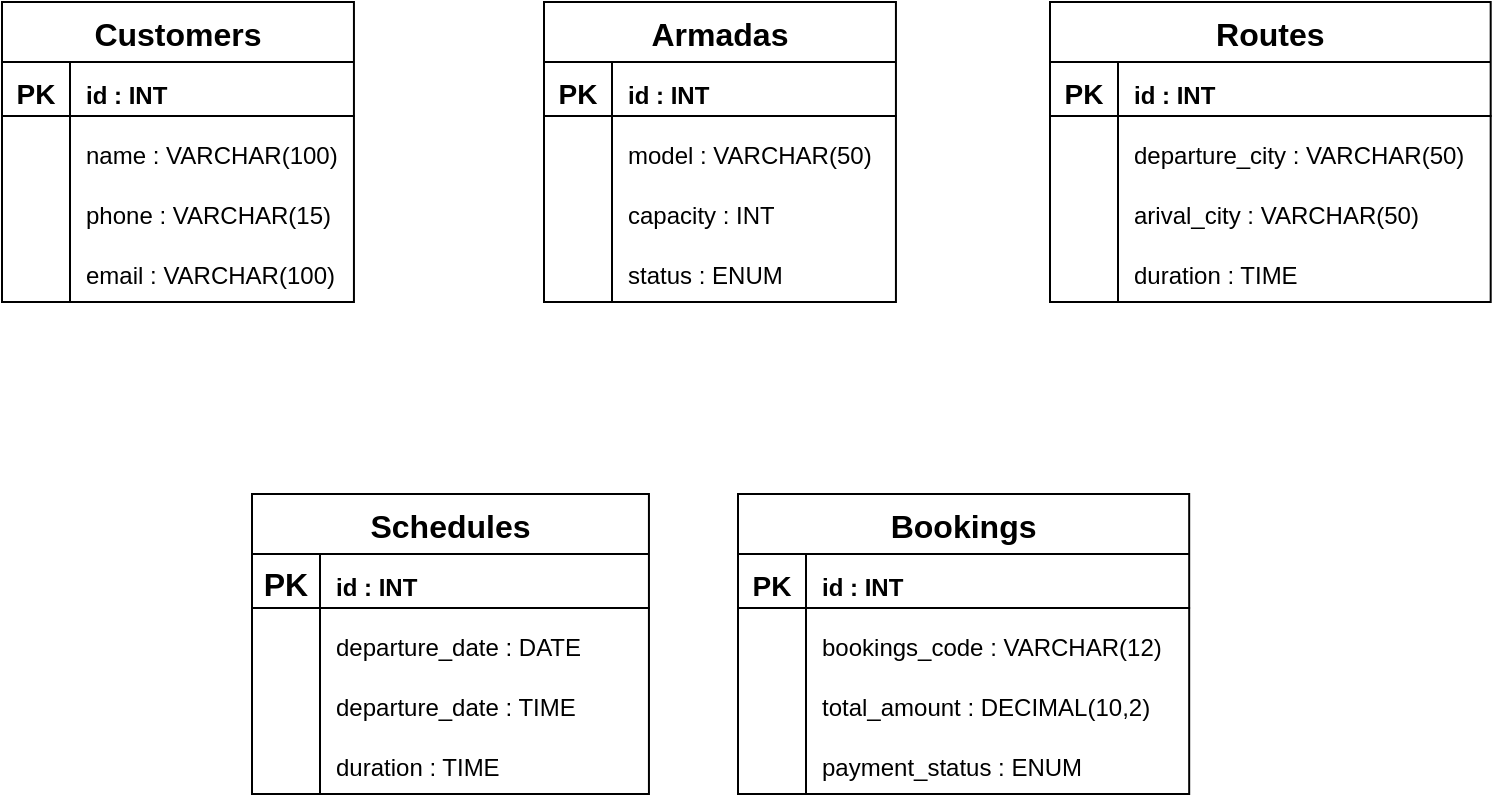
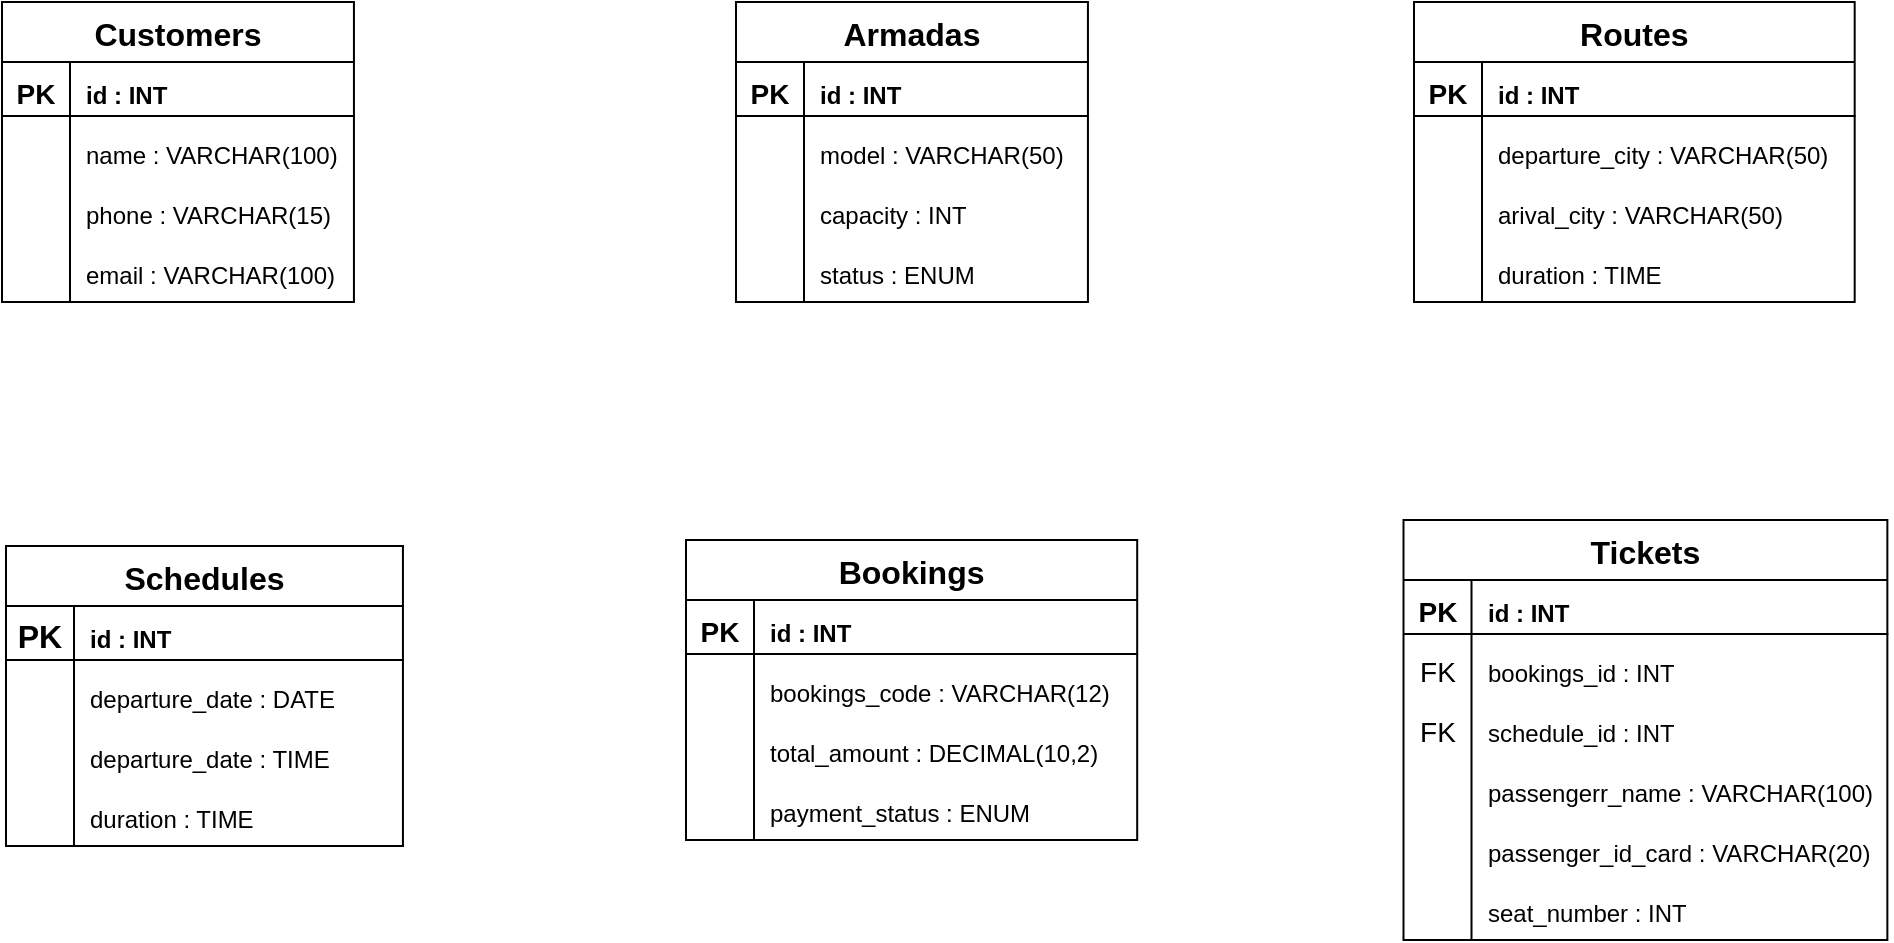
<mxfile host="Electron">
  <diagram name="Page-1" id="kJ8Mc6y_ZzB0DB1dgNBE">
-     <mxGraphModel dx="1747" dy="1031" grid="0" gridSize="10" guides="1" tooltips="1" connect="1" arrows="1" fold="1" page="1" pageScale="1" pageWidth="1169" pageHeight="827" background="#ffffff" math="0" shadow="0">
+     <mxGraphModel dx="582" dy="344" grid="0" gridSize="10" guides="1" tooltips="1" connect="1" arrows="1" fold="1" page="1" pageScale="1" pageWidth="1169" pageHeight="827" background="#ffffff" math="0" shadow="0">
      <root>
        <mxCell id="0" />
        <mxCell id="1" parent="0" />
        <mxCell id="spA_d-TOyame6YQLWrdW-179" parent="1" style="shape=table;startSize=30;container=1;collapsible=0;childLayout=tableLayout;fixedRows=1;rowLines=0;fontStyle=1;strokeColor=#000000;fontSize=16;fontColor=#000000;fillColor=#FFFFFF;" value="Customers" vertex="1">
-           <mxGeometry height="150" width="175.9722609747027" x="239" y="208" as="geometry" />
+           <mxGeometry height="150" width="175.9722609747027" x="130" y="88" as="geometry" />
        </mxCell>
        <mxCell id="spA_d-TOyame6YQLWrdW-180" parent="spA_d-TOyame6YQLWrdW-179" style="shape=tableRow;horizontal=0;startSize=0;swimlaneHead=0;swimlaneBody=0;top=0;left=0;bottom=0;right=0;collapsible=0;dropTarget=0;fillColor=none;points=[[0,0.5],[1,0.5]];portConstraint=eastwest;strokeColor=inherit;fontSize=16;" value="" vertex="1">
          <mxGeometry height="30" width="175.9722609747027" y="30" as="geometry" />
        </mxCell>
        <mxCell id="spA_d-TOyame6YQLWrdW-181" parent="spA_d-TOyame6YQLWrdW-180" style="shape=partialRectangle;html=1;whiteSpace=wrap;connectable=0;fillColor=none;top=0;left=0;bottom=0;right=0;overflow=hidden;pointerEvents=1;strokeColor=#000000;fontSize=16;fontColor=#000000;" value="&lt;b&gt;&lt;font style=&quot;font-size: 14px;&quot;&gt;PK&lt;/font&gt;&lt;/b&gt;" vertex="1">
          <mxGeometry height="30" width="34" as="geometry">
            <mxRectangle height="30" width="34" as="alternateBounds" />
          </mxGeometry>
        </mxCell>
        <mxCell id="spA_d-TOyame6YQLWrdW-182" parent="spA_d-TOyame6YQLWrdW-180" style="shape=partialRectangle;html=1;whiteSpace=wrap;connectable=0;fillColor=none;top=0;left=0;bottom=0;right=0;align=left;spacingLeft=6;overflow=hidden;strokeColor=#000000;fontSize=16;fontColor=#000000;" value="&lt;font style=&quot;font-size: 12px;&quot;&gt;&lt;b&gt;id : INT&lt;/b&gt;&lt;/font&gt;" vertex="1">
          <mxGeometry height="30" width="142" x="34" as="geometry">
            <mxRectangle height="30" width="142" as="alternateBounds" />
          </mxGeometry>
        </mxCell>
        <mxCell id="spA_d-TOyame6YQLWrdW-183" parent="spA_d-TOyame6YQLWrdW-179" style="shape=tableRow;horizontal=0;startSize=0;swimlaneHead=0;swimlaneBody=0;top=0;left=0;bottom=0;right=0;collapsible=0;dropTarget=0;fillColor=none;points=[[0,0.5],[1,0.5]];portConstraint=eastwest;strokeColor=inherit;fontSize=16;" value="" vertex="1">
          <mxGeometry height="30" width="175.9722609747027" y="60" as="geometry" />
        </mxCell>
        <mxCell id="spA_d-TOyame6YQLWrdW-184" parent="spA_d-TOyame6YQLWrdW-183" style="shape=partialRectangle;html=1;whiteSpace=wrap;connectable=0;fillColor=none;top=0;left=0;bottom=0;right=0;overflow=hidden;strokeColor=inherit;fontSize=16;fontColor=#000000;" value="" vertex="1">
          <mxGeometry height="30" width="34" as="geometry">
            <mxRectangle height="30" width="34" as="alternateBounds" />
          </mxGeometry>
        </mxCell>
        <mxCell id="spA_d-TOyame6YQLWrdW-185" parent="spA_d-TOyame6YQLWrdW-183" style="shape=partialRectangle;html=1;whiteSpace=wrap;connectable=0;fillColor=none;top=0;left=0;bottom=0;right=0;align=left;spacingLeft=6;overflow=hidden;strokeColor=inherit;fontSize=16;fontColor=#000000;" value="&lt;span style=&quot;color: rgb(0, 0, 0); font-size: 12px;&quot;&gt;name :&amp;nbsp;&lt;/span&gt;&lt;span style=&quot;color: rgb(0, 0, 0); font-size: 12px; text-align: center;&quot;&gt;VARCHAR(100)&lt;/span&gt;" vertex="1">
          <mxGeometry height="30" width="142" x="34" as="geometry">
            <mxRectangle height="30" width="142" as="alternateBounds" />
          </mxGeometry>
        </mxCell>
        <mxCell id="spA_d-TOyame6YQLWrdW-186" parent="spA_d-TOyame6YQLWrdW-179" style="shape=tableRow;horizontal=0;startSize=0;swimlaneHead=0;swimlaneBody=0;top=0;left=0;bottom=0;right=0;collapsible=0;dropTarget=0;fillColor=none;points=[[0,0.5],[1,0.5]];portConstraint=eastwest;strokeColor=inherit;fontSize=16;" value="" vertex="1">
          <mxGeometry height="30" width="175.9722609747027" y="90" as="geometry" />
        </mxCell>
        <mxCell id="spA_d-TOyame6YQLWrdW-187" parent="spA_d-TOyame6YQLWrdW-186" style="shape=partialRectangle;html=1;whiteSpace=wrap;connectable=0;fillColor=none;top=0;left=0;bottom=0;right=0;overflow=hidden;strokeColor=inherit;fontSize=16;fontColor=#000000;" value="" vertex="1">
          <mxGeometry height="30" width="34" as="geometry">
            <mxRectangle height="30" width="34" as="alternateBounds" />
          </mxGeometry>
        </mxCell>
        <mxCell id="spA_d-TOyame6YQLWrdW-188" parent="spA_d-TOyame6YQLWrdW-186" style="shape=partialRectangle;html=1;whiteSpace=wrap;connectable=0;fillColor=none;top=0;left=0;bottom=0;right=0;align=left;spacingLeft=6;overflow=hidden;strokeColor=inherit;fontSize=16;fontColor=#000000;" value="&lt;span style=&quot;color: rgb(0, 0, 0); font-size: 12px;&quot;&gt;phone :&amp;nbsp;&lt;/span&gt;&lt;span style=&quot;color: rgb(0, 0, 0); font-size: 12px; text-align: center;&quot;&gt;VARCHAR(15)&lt;/span&gt;" vertex="1">
          <mxGeometry height="30" width="142" x="34" as="geometry">
            <mxRectangle height="30" width="142" as="alternateBounds" />
          </mxGeometry>
        </mxCell>
        <mxCell id="Xo8xpW6T9qOqPY2RvKqo-4" parent="spA_d-TOyame6YQLWrdW-179" style="shape=tableRow;horizontal=0;startSize=0;swimlaneHead=0;swimlaneBody=0;top=0;left=0;bottom=0;right=0;collapsible=0;dropTarget=0;fillColor=none;points=[[0,0.5],[1,0.5]];portConstraint=eastwest;strokeColor=inherit;fontSize=16;" value="" vertex="1">
          <mxGeometry height="30" width="175.9722609747027" y="120" as="geometry" />
        </mxCell>
        <mxCell id="Xo8xpW6T9qOqPY2RvKqo-5" parent="Xo8xpW6T9qOqPY2RvKqo-4" style="shape=partialRectangle;html=1;whiteSpace=wrap;connectable=0;fillColor=none;top=0;left=0;bottom=0;right=0;overflow=hidden;strokeColor=inherit;fontSize=16;fontColor=#000000;" value="" vertex="1">
          <mxGeometry height="30" width="34" as="geometry">
            <mxRectangle height="30" width="34" as="alternateBounds" />
          </mxGeometry>
        </mxCell>
        <mxCell id="Xo8xpW6T9qOqPY2RvKqo-6" parent="Xo8xpW6T9qOqPY2RvKqo-4" style="shape=partialRectangle;html=1;whiteSpace=wrap;connectable=0;fillColor=none;top=0;left=0;bottom=0;right=0;align=left;spacingLeft=6;overflow=hidden;strokeColor=inherit;fontSize=16;fontColor=#000000;" value="&lt;span style=&quot;color: rgb(0, 0, 0); font-size: 12px;&quot;&gt;email :&amp;nbsp;&lt;/span&gt;&lt;span style=&quot;color: rgb(0, 0, 0); font-size: 12px; text-align: center;&quot;&gt;VARCHAR(100)&lt;/span&gt;" vertex="1">
          <mxGeometry height="30" width="142" x="34" as="geometry">
            <mxRectangle height="30" width="142" as="alternateBounds" />
          </mxGeometry>
        </mxCell>
        <mxCell id="Xo8xpW6T9qOqPY2RvKqo-3" edge="1" parent="spA_d-TOyame6YQLWrdW-179" source="spA_d-TOyame6YQLWrdW-180" style="endArrow=none;html=1;rounded=0;strokeColor=#000000;entryX=1.002;entryY=0.898;entryDx=0;entryDy=0;entryPerimeter=0;exitX=0;exitY=0.9;exitDx=0;exitDy=0;exitPerimeter=0;" target="spA_d-TOyame6YQLWrdW-180" value="">
          <mxGeometry height="50" relative="1" width="50" as="geometry">
            <mxPoint x="72" y="102" as="sourcePoint" />
            <mxPoint x="122" y="52" as="targetPoint" />
          </mxGeometry>
        </mxCell>
        <mxCell id="Xo8xpW6T9qOqPY2RvKqo-7" parent="1" style="shape=table;startSize=30;container=1;collapsible=0;childLayout=tableLayout;fixedRows=1;rowLines=0;fontStyle=1;strokeColor=#000000;fontSize=16;fontColor=#000000;fillColor=#FFFFFF;" value="Armadas" vertex="1">
-           <mxGeometry height="150" width="175.9722609747027" x="510" y="208" as="geometry" />
+           <mxGeometry height="150" width="175.9722609747027" x="497" y="88" as="geometry" />
        </mxCell>
        <mxCell id="Xo8xpW6T9qOqPY2RvKqo-8" parent="Xo8xpW6T9qOqPY2RvKqo-7" style="shape=tableRow;horizontal=0;startSize=0;swimlaneHead=0;swimlaneBody=0;top=0;left=0;bottom=0;right=0;collapsible=0;dropTarget=0;fillColor=none;points=[[0,0.5],[1,0.5]];portConstraint=eastwest;strokeColor=inherit;fontSize=16;" value="" vertex="1">
          <mxGeometry height="30" width="175.9722609747027" y="30" as="geometry" />
        </mxCell>
        <mxCell id="Xo8xpW6T9qOqPY2RvKqo-9" parent="Xo8xpW6T9qOqPY2RvKqo-8" style="shape=partialRectangle;html=1;whiteSpace=wrap;connectable=0;fillColor=none;top=0;left=0;bottom=0;right=0;overflow=hidden;pointerEvents=1;strokeColor=#000000;fontSize=16;fontColor=#000000;" value="&lt;b&gt;&lt;font style=&quot;font-size: 14px;&quot;&gt;PK&lt;/font&gt;&lt;/b&gt;" vertex="1">
          <mxGeometry height="30" width="34" as="geometry">
            <mxRectangle height="30" width="34" as="alternateBounds" />
          </mxGeometry>
        </mxCell>
        <mxCell id="Xo8xpW6T9qOqPY2RvKqo-10" parent="Xo8xpW6T9qOqPY2RvKqo-8" style="shape=partialRectangle;html=1;whiteSpace=wrap;connectable=0;fillColor=none;top=0;left=0;bottom=0;right=0;align=left;spacingLeft=6;overflow=hidden;strokeColor=#000000;fontSize=16;fontColor=#000000;" value="&lt;font style=&quot;font-size: 12px;&quot;&gt;&lt;b&gt;id : INT&lt;/b&gt;&lt;/font&gt;" vertex="1">
          <mxGeometry height="30" width="142" x="34" as="geometry">
            <mxRectangle height="30" width="142" as="alternateBounds" />
          </mxGeometry>
        </mxCell>
        <mxCell id="Xo8xpW6T9qOqPY2RvKqo-11" parent="Xo8xpW6T9qOqPY2RvKqo-7" style="shape=tableRow;horizontal=0;startSize=0;swimlaneHead=0;swimlaneBody=0;top=0;left=0;bottom=0;right=0;collapsible=0;dropTarget=0;fillColor=none;points=[[0,0.5],[1,0.5]];portConstraint=eastwest;strokeColor=inherit;fontSize=16;" value="" vertex="1">
          <mxGeometry height="30" width="175.9722609747027" y="60" as="geometry" />
        </mxCell>
        <mxCell id="Xo8xpW6T9qOqPY2RvKqo-12" parent="Xo8xpW6T9qOqPY2RvKqo-11" style="shape=partialRectangle;html=1;whiteSpace=wrap;connectable=0;fillColor=none;top=0;left=0;bottom=0;right=0;overflow=hidden;strokeColor=inherit;fontSize=16;fontColor=#000000;" value="" vertex="1">
          <mxGeometry height="30" width="34" as="geometry">
            <mxRectangle height="30" width="34" as="alternateBounds" />
          </mxGeometry>
        </mxCell>
        <mxCell id="Xo8xpW6T9qOqPY2RvKqo-13" parent="Xo8xpW6T9qOqPY2RvKqo-11" style="shape=partialRectangle;html=1;whiteSpace=wrap;connectable=0;fillColor=none;top=0;left=0;bottom=0;right=0;align=left;spacingLeft=6;overflow=hidden;strokeColor=inherit;fontSize=16;fontColor=#000000;" value="&lt;font color=&quot;#000000&quot;&gt;&lt;span style=&quot;font-size: 12px;&quot;&gt;model : VARCHAR(50)&lt;/span&gt;&lt;/font&gt;" vertex="1">
          <mxGeometry height="30" width="142" x="34" as="geometry">
            <mxRectangle height="30" width="142" as="alternateBounds" />
          </mxGeometry>
        </mxCell>
        <mxCell id="Xo8xpW6T9qOqPY2RvKqo-14" parent="Xo8xpW6T9qOqPY2RvKqo-7" style="shape=tableRow;horizontal=0;startSize=0;swimlaneHead=0;swimlaneBody=0;top=0;left=0;bottom=0;right=0;collapsible=0;dropTarget=0;fillColor=none;points=[[0,0.5],[1,0.5]];portConstraint=eastwest;strokeColor=inherit;fontSize=16;" value="" vertex="1">
          <mxGeometry height="30" width="175.9722609747027" y="90" as="geometry" />
        </mxCell>
        <mxCell id="Xo8xpW6T9qOqPY2RvKqo-15" parent="Xo8xpW6T9qOqPY2RvKqo-14" style="shape=partialRectangle;html=1;whiteSpace=wrap;connectable=0;fillColor=none;top=0;left=0;bottom=0;right=0;overflow=hidden;strokeColor=inherit;fontSize=16;fontColor=#000000;" value="" vertex="1">
          <mxGeometry height="30" width="34" as="geometry">
            <mxRectangle height="30" width="34" as="alternateBounds" />
          </mxGeometry>
        </mxCell>
        <mxCell id="Xo8xpW6T9qOqPY2RvKqo-16" parent="Xo8xpW6T9qOqPY2RvKqo-14" style="shape=partialRectangle;html=1;whiteSpace=wrap;connectable=0;fillColor=none;top=0;left=0;bottom=0;right=0;align=left;spacingLeft=6;overflow=hidden;strokeColor=inherit;fontSize=16;fontColor=#000000;" value="&lt;div style=&quot;text-align: center;&quot;&gt;&lt;span style=&quot;color: rgb(0, 0, 0); font-size: 12px; background-color: transparent;&quot;&gt;capacity : INT&lt;/span&gt;&lt;/div&gt;" vertex="1">
          <mxGeometry height="30" width="142" x="34" as="geometry">
            <mxRectangle height="30" width="142" as="alternateBounds" />
          </mxGeometry>
        </mxCell>
        <mxCell id="Xo8xpW6T9qOqPY2RvKqo-17" parent="Xo8xpW6T9qOqPY2RvKqo-7" style="shape=tableRow;horizontal=0;startSize=0;swimlaneHead=0;swimlaneBody=0;top=0;left=0;bottom=0;right=0;collapsible=0;dropTarget=0;fillColor=none;points=[[0,0.5],[1,0.5]];portConstraint=eastwest;strokeColor=inherit;fontSize=16;" value="" vertex="1">
          <mxGeometry height="30" width="175.9722609747027" y="120" as="geometry" />
        </mxCell>
        <mxCell id="Xo8xpW6T9qOqPY2RvKqo-18" parent="Xo8xpW6T9qOqPY2RvKqo-17" style="shape=partialRectangle;html=1;whiteSpace=wrap;connectable=0;fillColor=none;top=0;left=0;bottom=0;right=0;overflow=hidden;strokeColor=inherit;fontSize=16;fontColor=#000000;" value="" vertex="1">
          <mxGeometry height="30" width="34" as="geometry">
            <mxRectangle height="30" width="34" as="alternateBounds" />
          </mxGeometry>
        </mxCell>
        <mxCell id="Xo8xpW6T9qOqPY2RvKqo-19" parent="Xo8xpW6T9qOqPY2RvKqo-17" style="shape=partialRectangle;html=1;whiteSpace=wrap;connectable=0;fillColor=none;top=0;left=0;bottom=0;right=0;align=left;spacingLeft=6;overflow=hidden;strokeColor=inherit;fontSize=16;fontColor=#000000;" value="&lt;span style=&quot;color: rgb(0, 0, 0); font-size: 12px;&quot;&gt;status :&amp;nbsp;&lt;/span&gt;&lt;span style=&quot;color: rgb(0, 0, 0); font-size: 12px; text-align: center;&quot;&gt;ENUM&lt;/span&gt;" vertex="1">
          <mxGeometry height="30" width="142" x="34" as="geometry">
            <mxRectangle height="30" width="142" as="alternateBounds" />
          </mxGeometry>
        </mxCell>
        <mxCell id="Xo8xpW6T9qOqPY2RvKqo-20" edge="1" parent="Xo8xpW6T9qOqPY2RvKqo-7" source="Xo8xpW6T9qOqPY2RvKqo-8" style="endArrow=none;html=1;rounded=0;strokeColor=#000000;entryX=1.002;entryY=0.898;entryDx=0;entryDy=0;entryPerimeter=0;exitX=0;exitY=0.9;exitDx=0;exitDy=0;exitPerimeter=0;" target="Xo8xpW6T9qOqPY2RvKqo-8" value="">
          <mxGeometry height="50" relative="1" width="50" as="geometry">
            <mxPoint x="72" y="102" as="sourcePoint" />
            <mxPoint x="122" y="52" as="targetPoint" />
          </mxGeometry>
        </mxCell>
        <mxCell id="Xo8xpW6T9qOqPY2RvKqo-21" parent="1" style="shape=table;startSize=30;container=1;collapsible=0;childLayout=tableLayout;fixedRows=1;rowLines=0;fontStyle=1;strokeColor=#000000;fontSize=16;fontColor=#000000;fillColor=#FFFFFF;" value="Routes" vertex="1">
-           <mxGeometry height="150" width="220.34746442522356" x="763" y="208" as="geometry" />
+           <mxGeometry height="150" width="220.34746442522356" x="836" y="88" as="geometry" />
        </mxCell>
        <mxCell id="Xo8xpW6T9qOqPY2RvKqo-22" parent="Xo8xpW6T9qOqPY2RvKqo-21" style="shape=tableRow;horizontal=0;startSize=0;swimlaneHead=0;swimlaneBody=0;top=0;left=0;bottom=0;right=0;collapsible=0;dropTarget=0;fillColor=none;points=[[0,0.5],[1,0.5]];portConstraint=eastwest;strokeColor=inherit;fontSize=16;" value="" vertex="1">
          <mxGeometry height="30" width="220.34746442522356" y="30" as="geometry" />
        </mxCell>
        <mxCell id="Xo8xpW6T9qOqPY2RvKqo-23" parent="Xo8xpW6T9qOqPY2RvKqo-22" style="shape=partialRectangle;html=1;whiteSpace=wrap;connectable=0;fillColor=none;top=0;left=0;bottom=0;right=0;overflow=hidden;pointerEvents=1;strokeColor=#000000;fontSize=16;fontColor=#000000;" value="&lt;b&gt;&lt;font style=&quot;font-size: 14px;&quot;&gt;PK&lt;/font&gt;&lt;/b&gt;" vertex="1">
          <mxGeometry height="30" width="34" as="geometry">
            <mxRectangle height="30" width="34" as="alternateBounds" />
          </mxGeometry>
        </mxCell>
        <mxCell id="Xo8xpW6T9qOqPY2RvKqo-24" parent="Xo8xpW6T9qOqPY2RvKqo-22" style="shape=partialRectangle;html=1;whiteSpace=wrap;connectable=0;fillColor=none;top=0;left=0;bottom=0;right=0;align=left;spacingLeft=6;overflow=hidden;strokeColor=#000000;fontSize=16;fontColor=#000000;" value="&lt;font style=&quot;font-size: 12px;&quot;&gt;&lt;b&gt;id : INT&lt;/b&gt;&lt;/font&gt;" vertex="1">
          <mxGeometry height="30" width="186" x="34" as="geometry">
            <mxRectangle height="30" width="186" as="alternateBounds" />
          </mxGeometry>
        </mxCell>
        <mxCell id="Xo8xpW6T9qOqPY2RvKqo-25" parent="Xo8xpW6T9qOqPY2RvKqo-21" style="shape=tableRow;horizontal=0;startSize=0;swimlaneHead=0;swimlaneBody=0;top=0;left=0;bottom=0;right=0;collapsible=0;dropTarget=0;fillColor=none;points=[[0,0.5],[1,0.5]];portConstraint=eastwest;strokeColor=inherit;fontSize=16;" value="" vertex="1">
          <mxGeometry height="30" width="220.34746442522356" y="60" as="geometry" />
        </mxCell>
        <mxCell id="Xo8xpW6T9qOqPY2RvKqo-26" parent="Xo8xpW6T9qOqPY2RvKqo-25" style="shape=partialRectangle;html=1;whiteSpace=wrap;connectable=0;fillColor=none;top=0;left=0;bottom=0;right=0;overflow=hidden;strokeColor=inherit;fontSize=16;fontColor=#000000;" value="" vertex="1">
          <mxGeometry height="30" width="34" as="geometry">
            <mxRectangle height="30" width="34" as="alternateBounds" />
          </mxGeometry>
        </mxCell>
        <mxCell id="Xo8xpW6T9qOqPY2RvKqo-27" parent="Xo8xpW6T9qOqPY2RvKqo-25" style="shape=partialRectangle;html=1;whiteSpace=wrap;connectable=0;fillColor=none;top=0;left=0;bottom=0;right=0;align=left;spacingLeft=6;overflow=hidden;strokeColor=inherit;fontSize=16;fontColor=#000000;" value="&lt;font color=&quot;#000000&quot;&gt;&lt;span style=&quot;font-size: 12px;&quot;&gt;departure_city : VARCHAR(50)&lt;/span&gt;&lt;/font&gt;" vertex="1">
          <mxGeometry height="30" width="186" x="34" as="geometry">
            <mxRectangle height="30" width="186" as="alternateBounds" />
          </mxGeometry>
        </mxCell>
        <mxCell id="Xo8xpW6T9qOqPY2RvKqo-28" parent="Xo8xpW6T9qOqPY2RvKqo-21" style="shape=tableRow;horizontal=0;startSize=0;swimlaneHead=0;swimlaneBody=0;top=0;left=0;bottom=0;right=0;collapsible=0;dropTarget=0;fillColor=none;points=[[0,0.5],[1,0.5]];portConstraint=eastwest;strokeColor=inherit;fontSize=16;" value="" vertex="1">
          <mxGeometry height="30" width="220.34746442522356" y="90" as="geometry" />
        </mxCell>
        <mxCell id="Xo8xpW6T9qOqPY2RvKqo-29" parent="Xo8xpW6T9qOqPY2RvKqo-28" style="shape=partialRectangle;html=1;whiteSpace=wrap;connectable=0;fillColor=none;top=0;left=0;bottom=0;right=0;overflow=hidden;strokeColor=inherit;fontSize=16;fontColor=#000000;" value="" vertex="1">
          <mxGeometry height="30" width="34" as="geometry">
            <mxRectangle height="30" width="34" as="alternateBounds" />
          </mxGeometry>
        </mxCell>
        <mxCell id="Xo8xpW6T9qOqPY2RvKqo-30" parent="Xo8xpW6T9qOqPY2RvKqo-28" style="shape=partialRectangle;html=1;whiteSpace=wrap;connectable=0;fillColor=none;top=0;left=0;bottom=0;right=0;align=left;spacingLeft=6;overflow=hidden;strokeColor=inherit;fontSize=16;fontColor=#000000;" value="&lt;div style=&quot;text-align: center;&quot;&gt;&lt;span style=&quot;color: rgb(0, 0, 0); font-size: 12px; background-color: transparent;&quot;&gt;arival_city : VARCHAR(50)&lt;/span&gt;&lt;/div&gt;" vertex="1">
          <mxGeometry height="30" width="186" x="34" as="geometry">
            <mxRectangle height="30" width="186" as="alternateBounds" />
          </mxGeometry>
        </mxCell>
        <mxCell id="Xo8xpW6T9qOqPY2RvKqo-31" parent="Xo8xpW6T9qOqPY2RvKqo-21" style="shape=tableRow;horizontal=0;startSize=0;swimlaneHead=0;swimlaneBody=0;top=0;left=0;bottom=0;right=0;collapsible=0;dropTarget=0;fillColor=none;points=[[0,0.5],[1,0.5]];portConstraint=eastwest;strokeColor=inherit;fontSize=16;" value="" vertex="1">
          <mxGeometry height="30" width="220.34746442522356" y="120" as="geometry" />
        </mxCell>
        <mxCell id="Xo8xpW6T9qOqPY2RvKqo-32" parent="Xo8xpW6T9qOqPY2RvKqo-31" style="shape=partialRectangle;html=1;whiteSpace=wrap;connectable=0;fillColor=none;top=0;left=0;bottom=0;right=0;overflow=hidden;strokeColor=inherit;fontSize=16;fontColor=#000000;" value="" vertex="1">
          <mxGeometry height="30" width="34" as="geometry">
            <mxRectangle height="30" width="34" as="alternateBounds" />
          </mxGeometry>
        </mxCell>
        <mxCell id="Xo8xpW6T9qOqPY2RvKqo-33" parent="Xo8xpW6T9qOqPY2RvKqo-31" style="shape=partialRectangle;html=1;whiteSpace=wrap;connectable=0;fillColor=none;top=0;left=0;bottom=0;right=0;align=left;spacingLeft=6;overflow=hidden;strokeColor=inherit;fontSize=16;fontColor=#000000;" value="&lt;div style=&quot;text-align: center;&quot;&gt;&lt;span style=&quot;color: rgb(0, 0, 0); font-size: 12px; background-color: transparent;&quot;&gt;duration : TIME&lt;/span&gt;&lt;/div&gt;" vertex="1">
          <mxGeometry height="30" width="186" x="34" as="geometry">
            <mxRectangle height="30" width="186" as="alternateBounds" />
          </mxGeometry>
        </mxCell>
        <mxCell id="Xo8xpW6T9qOqPY2RvKqo-34" edge="1" parent="Xo8xpW6T9qOqPY2RvKqo-21" source="Xo8xpW6T9qOqPY2RvKqo-22" style="endArrow=none;html=1;rounded=0;strokeColor=#000000;entryX=1.002;entryY=0.898;entryDx=0;entryDy=0;entryPerimeter=0;exitX=0;exitY=0.9;exitDx=0;exitDy=0;exitPerimeter=0;" target="Xo8xpW6T9qOqPY2RvKqo-22" value="">
          <mxGeometry height="50" relative="1" width="50" as="geometry">
            <mxPoint x="72" y="102" as="sourcePoint" />
            <mxPoint x="122" y="52" as="targetPoint" />
          </mxGeometry>
        </mxCell>
        <mxCell id="Xo8xpW6T9qOqPY2RvKqo-49" parent="1" style="shape=table;startSize=30;container=1;collapsible=0;childLayout=tableLayout;fixedRows=1;rowLines=0;fontStyle=1;strokeColor=#000000;fontSize=16;fontColor=#000000;fillColor=#FFFFFF;" value="Schedules" vertex="1">
-           <mxGeometry height="150" width="198.47246442522373" x="364" y="454" as="geometry" />
+           <mxGeometry height="150" width="198.47246442522373" x="132" y="360" as="geometry" />
        </mxCell>
        <mxCell id="Xo8xpW6T9qOqPY2RvKqo-50" parent="Xo8xpW6T9qOqPY2RvKqo-49" style="shape=tableRow;horizontal=0;startSize=0;swimlaneHead=0;swimlaneBody=0;top=0;left=0;bottom=0;right=0;collapsible=0;dropTarget=0;fillColor=none;points=[[0,0.5],[1,0.5]];portConstraint=eastwest;strokeColor=inherit;fontSize=16;" value="" vertex="1">
          <mxGeometry height="30" width="198.47246442522373" y="30" as="geometry" />
        </mxCell>
        <mxCell id="Xo8xpW6T9qOqPY2RvKqo-51" parent="Xo8xpW6T9qOqPY2RvKqo-50" style="shape=partialRectangle;html=1;whiteSpace=wrap;connectable=0;fillColor=none;top=0;left=0;bottom=0;right=0;overflow=hidden;pointerEvents=1;strokeColor=#000000;fontSize=16;fontColor=#000000;" value="&lt;b&gt;PK&lt;/b&gt;" vertex="1">
          <mxGeometry height="30" width="34" as="geometry">
            <mxRectangle height="30" width="34" as="alternateBounds" />
          </mxGeometry>
        </mxCell>
        <mxCell id="Xo8xpW6T9qOqPY2RvKqo-52" parent="Xo8xpW6T9qOqPY2RvKqo-50" style="shape=partialRectangle;html=1;whiteSpace=wrap;connectable=0;fillColor=none;top=0;left=0;bottom=0;right=0;align=left;spacingLeft=6;overflow=hidden;strokeColor=#000000;fontSize=16;fontColor=#000000;" value="&lt;font style=&quot;font-size: 12px;&quot;&gt;&lt;b&gt;id : INT&lt;/b&gt;&lt;/font&gt;" vertex="1">
          <mxGeometry height="30" width="164" x="34" as="geometry">
            <mxRectangle height="30" width="164" as="alternateBounds" />
          </mxGeometry>
        </mxCell>
        <mxCell id="Xo8xpW6T9qOqPY2RvKqo-53" parent="Xo8xpW6T9qOqPY2RvKqo-49" style="shape=tableRow;horizontal=0;startSize=0;swimlaneHead=0;swimlaneBody=0;top=0;left=0;bottom=0;right=0;collapsible=0;dropTarget=0;fillColor=none;points=[[0,0.5],[1,0.5]];portConstraint=eastwest;strokeColor=inherit;fontSize=16;" value="" vertex="1">
          <mxGeometry height="30" width="198.47246442522373" y="60" as="geometry" />
        </mxCell>
        <mxCell id="Xo8xpW6T9qOqPY2RvKqo-54" parent="Xo8xpW6T9qOqPY2RvKqo-53" style="shape=partialRectangle;html=1;whiteSpace=wrap;connectable=0;fillColor=none;top=0;left=0;bottom=0;right=0;overflow=hidden;strokeColor=inherit;fontSize=16;fontColor=#000000;" value="" vertex="1">
          <mxGeometry height="30" width="34" as="geometry">
            <mxRectangle height="30" width="34" as="alternateBounds" />
          </mxGeometry>
        </mxCell>
        <mxCell id="Xo8xpW6T9qOqPY2RvKqo-55" parent="Xo8xpW6T9qOqPY2RvKqo-53" style="shape=partialRectangle;html=1;whiteSpace=wrap;connectable=0;fillColor=none;top=0;left=0;bottom=0;right=0;align=left;spacingLeft=6;overflow=hidden;strokeColor=inherit;fontSize=16;fontColor=#000000;" value="&lt;font color=&quot;#000000&quot;&gt;&lt;span style=&quot;font-size: 12px;&quot;&gt;departure_date : DATE&lt;/span&gt;&lt;/font&gt;" vertex="1">
          <mxGeometry height="30" width="164" x="34" as="geometry">
            <mxRectangle height="30" width="164" as="alternateBounds" />
          </mxGeometry>
        </mxCell>
        <mxCell id="Xo8xpW6T9qOqPY2RvKqo-56" parent="Xo8xpW6T9qOqPY2RvKqo-49" style="shape=tableRow;horizontal=0;startSize=0;swimlaneHead=0;swimlaneBody=0;top=0;left=0;bottom=0;right=0;collapsible=0;dropTarget=0;fillColor=none;points=[[0,0.5],[1,0.5]];portConstraint=eastwest;strokeColor=inherit;fontSize=16;" value="" vertex="1">
          <mxGeometry height="30" width="198.47246442522373" y="90" as="geometry" />
        </mxCell>
        <mxCell id="Xo8xpW6T9qOqPY2RvKqo-57" parent="Xo8xpW6T9qOqPY2RvKqo-56" style="shape=partialRectangle;html=1;whiteSpace=wrap;connectable=0;fillColor=none;top=0;left=0;bottom=0;right=0;overflow=hidden;strokeColor=inherit;fontSize=16;fontColor=#000000;" value="" vertex="1">
          <mxGeometry height="30" width="34" as="geometry">
            <mxRectangle height="30" width="34" as="alternateBounds" />
          </mxGeometry>
        </mxCell>
        <mxCell id="Xo8xpW6T9qOqPY2RvKqo-58" parent="Xo8xpW6T9qOqPY2RvKqo-56" style="shape=partialRectangle;html=1;whiteSpace=wrap;connectable=0;fillColor=none;top=0;left=0;bottom=0;right=0;align=left;spacingLeft=6;overflow=hidden;strokeColor=inherit;fontSize=16;fontColor=#000000;" value="&lt;div style=&quot;text-align: center;&quot;&gt;&lt;span style=&quot;color: rgb(0, 0, 0); font-size: 12px; background-color: transparent;&quot;&gt;&lt;span style=&quot;background-color: transparent; text-align: left;&quot;&gt;departure_date&lt;/span&gt;&amp;nbsp;: TIME&lt;/span&gt;&lt;/div&gt;" vertex="1">
          <mxGeometry height="30" width="164" x="34" as="geometry">
            <mxRectangle height="30" width="164" as="alternateBounds" />
          </mxGeometry>
        </mxCell>
        <mxCell id="Xo8xpW6T9qOqPY2RvKqo-59" parent="Xo8xpW6T9qOqPY2RvKqo-49" style="shape=tableRow;horizontal=0;startSize=0;swimlaneHead=0;swimlaneBody=0;top=0;left=0;bottom=0;right=0;collapsible=0;dropTarget=0;fillColor=none;points=[[0,0.5],[1,0.5]];portConstraint=eastwest;strokeColor=inherit;fontSize=16;" value="" vertex="1">
          <mxGeometry height="30" width="198.47246442522373" y="120" as="geometry" />
        </mxCell>
        <mxCell id="Xo8xpW6T9qOqPY2RvKqo-60" parent="Xo8xpW6T9qOqPY2RvKqo-59" style="shape=partialRectangle;html=1;whiteSpace=wrap;connectable=0;fillColor=none;top=0;left=0;bottom=0;right=0;overflow=hidden;strokeColor=inherit;fontSize=16;fontColor=#000000;" value="" vertex="1">
          <mxGeometry height="30" width="34" as="geometry">
            <mxRectangle height="30" width="34" as="alternateBounds" />
          </mxGeometry>
        </mxCell>
        <mxCell id="Xo8xpW6T9qOqPY2RvKqo-61" parent="Xo8xpW6T9qOqPY2RvKqo-59" style="shape=partialRectangle;html=1;whiteSpace=wrap;connectable=0;fillColor=none;top=0;left=0;bottom=0;right=0;align=left;spacingLeft=6;overflow=hidden;strokeColor=inherit;fontSize=16;fontColor=#000000;" value="&lt;div style=&quot;text-align: center;&quot;&gt;&lt;span style=&quot;color: rgb(0, 0, 0); font-size: 12px; background-color: transparent;&quot;&gt;duration : TIME&lt;/span&gt;&lt;/div&gt;" vertex="1">
          <mxGeometry height="30" width="164" x="34" as="geometry">
            <mxRectangle height="30" width="164" as="alternateBounds" />
          </mxGeometry>
        </mxCell>
        <mxCell id="Xo8xpW6T9qOqPY2RvKqo-62" edge="1" parent="Xo8xpW6T9qOqPY2RvKqo-49" source="Xo8xpW6T9qOqPY2RvKqo-50" style="endArrow=none;html=1;rounded=0;strokeColor=#000000;entryX=1.002;entryY=0.898;entryDx=0;entryDy=0;entryPerimeter=0;exitX=0;exitY=0.9;exitDx=0;exitDy=0;exitPerimeter=0;" target="Xo8xpW6T9qOqPY2RvKqo-50" value="">
          <mxGeometry height="50" relative="1" width="50" as="geometry">
            <mxPoint x="72" y="102" as="sourcePoint" />
            <mxPoint x="122" y="52" as="targetPoint" />
          </mxGeometry>
        </mxCell>
        <mxCell id="Xo8xpW6T9qOqPY2RvKqo-63" parent="1" style="shape=table;startSize=30;container=1;collapsible=0;childLayout=tableLayout;fixedRows=1;rowLines=0;fontStyle=1;strokeColor=#000000;fontSize=16;fontColor=#000000;fillColor=#FFFFFF;" value="Bookings" vertex="1">
-           <mxGeometry height="150" width="225.59746442522385" x="607" y="454" as="geometry" />
+           <mxGeometry height="150" width="225.59746442522385" x="472" y="357" as="geometry" />
        </mxCell>
        <mxCell id="Xo8xpW6T9qOqPY2RvKqo-64" parent="Xo8xpW6T9qOqPY2RvKqo-63" style="shape=tableRow;horizontal=0;startSize=0;swimlaneHead=0;swimlaneBody=0;top=0;left=0;bottom=0;right=0;collapsible=0;dropTarget=0;fillColor=none;points=[[0,0.5],[1,0.5]];portConstraint=eastwest;strokeColor=inherit;fontSize=16;" value="" vertex="1">
          <mxGeometry height="30" width="225.59746442522385" y="30" as="geometry" />
        </mxCell>
        <mxCell id="Xo8xpW6T9qOqPY2RvKqo-65" parent="Xo8xpW6T9qOqPY2RvKqo-64" style="shape=partialRectangle;html=1;whiteSpace=wrap;connectable=0;fillColor=none;top=0;left=0;bottom=0;right=0;overflow=hidden;pointerEvents=1;strokeColor=#000000;fontSize=16;fontColor=#000000;" value="&lt;b&gt;&lt;font style=&quot;font-size: 14px;&quot;&gt;PK&lt;/font&gt;&lt;/b&gt;" vertex="1">
          <mxGeometry height="30" width="34" as="geometry">
            <mxRectangle height="30" width="34" as="alternateBounds" />
          </mxGeometry>
        </mxCell>
        <mxCell id="Xo8xpW6T9qOqPY2RvKqo-66" parent="Xo8xpW6T9qOqPY2RvKqo-64" style="shape=partialRectangle;html=1;whiteSpace=wrap;connectable=0;fillColor=none;top=0;left=0;bottom=0;right=0;align=left;spacingLeft=6;overflow=hidden;strokeColor=#000000;fontSize=16;fontColor=#000000;" value="&lt;font style=&quot;font-size: 12px;&quot;&gt;&lt;b&gt;id : INT&lt;/b&gt;&lt;/font&gt;" vertex="1">
          <mxGeometry height="30" width="192" x="34" as="geometry">
            <mxRectangle height="30" width="192" as="alternateBounds" />
          </mxGeometry>
        </mxCell>
        <mxCell id="Xo8xpW6T9qOqPY2RvKqo-67" parent="Xo8xpW6T9qOqPY2RvKqo-63" style="shape=tableRow;horizontal=0;startSize=0;swimlaneHead=0;swimlaneBody=0;top=0;left=0;bottom=0;right=0;collapsible=0;dropTarget=0;fillColor=none;points=[[0,0.5],[1,0.5]];portConstraint=eastwest;strokeColor=inherit;fontSize=16;" value="" vertex="1">
          <mxGeometry height="30" width="225.59746442522385" y="60" as="geometry" />
        </mxCell>
        <mxCell id="Xo8xpW6T9qOqPY2RvKqo-68" parent="Xo8xpW6T9qOqPY2RvKqo-67" style="shape=partialRectangle;html=1;whiteSpace=wrap;connectable=0;fillColor=none;top=0;left=0;bottom=0;right=0;overflow=hidden;strokeColor=inherit;fontSize=16;fontColor=#000000;" value="" vertex="1">
          <mxGeometry height="30" width="34" as="geometry">
            <mxRectangle height="30" width="34" as="alternateBounds" />
          </mxGeometry>
        </mxCell>
        <mxCell id="Xo8xpW6T9qOqPY2RvKqo-69" parent="Xo8xpW6T9qOqPY2RvKqo-67" style="shape=partialRectangle;html=1;whiteSpace=wrap;connectable=0;fillColor=none;top=0;left=0;bottom=0;right=0;align=left;spacingLeft=6;overflow=hidden;strokeColor=inherit;fontSize=16;fontColor=#000000;" value="&lt;font color=&quot;#000000&quot;&gt;&lt;span style=&quot;font-size: 12px;&quot;&gt;bookings_code : VARCHAR(12)&lt;/span&gt;&lt;/font&gt;" vertex="1">
          <mxGeometry height="30" width="192" x="34" as="geometry">
            <mxRectangle height="30" width="192" as="alternateBounds" />
          </mxGeometry>
        </mxCell>
        <mxCell id="Xo8xpW6T9qOqPY2RvKqo-70" parent="Xo8xpW6T9qOqPY2RvKqo-63" style="shape=tableRow;horizontal=0;startSize=0;swimlaneHead=0;swimlaneBody=0;top=0;left=0;bottom=0;right=0;collapsible=0;dropTarget=0;fillColor=none;points=[[0,0.5],[1,0.5]];portConstraint=eastwest;strokeColor=inherit;fontSize=16;" value="" vertex="1">
          <mxGeometry height="30" width="225.59746442522385" y="90" as="geometry" />
        </mxCell>
        <mxCell id="Xo8xpW6T9qOqPY2RvKqo-71" parent="Xo8xpW6T9qOqPY2RvKqo-70" style="shape=partialRectangle;html=1;whiteSpace=wrap;connectable=0;fillColor=none;top=0;left=0;bottom=0;right=0;overflow=hidden;strokeColor=inherit;fontSize=16;fontColor=#000000;" value="" vertex="1">
          <mxGeometry height="30" width="34" as="geometry">
            <mxRectangle height="30" width="34" as="alternateBounds" />
          </mxGeometry>
        </mxCell>
        <mxCell id="Xo8xpW6T9qOqPY2RvKqo-72" parent="Xo8xpW6T9qOqPY2RvKqo-70" style="shape=partialRectangle;html=1;whiteSpace=wrap;connectable=0;fillColor=none;top=0;left=0;bottom=0;right=0;align=left;spacingLeft=6;overflow=hidden;strokeColor=inherit;fontSize=16;fontColor=#000000;" value="&lt;div style=&quot;text-align: left;&quot;&gt;&lt;span style=&quot;color: rgb(0, 0, 0); font-size: 12px; background-color: transparent;&quot;&gt;total_amount : DECIMAL(10,2)&lt;/span&gt;&lt;/div&gt;" vertex="1">
          <mxGeometry height="30" width="192" x="34" as="geometry">
            <mxRectangle height="30" width="192" as="alternateBounds" />
          </mxGeometry>
        </mxCell>
        <mxCell id="Xo8xpW6T9qOqPY2RvKqo-73" parent="Xo8xpW6T9qOqPY2RvKqo-63" style="shape=tableRow;horizontal=0;startSize=0;swimlaneHead=0;swimlaneBody=0;top=0;left=0;bottom=0;right=0;collapsible=0;dropTarget=0;fillColor=none;points=[[0,0.5],[1,0.5]];portConstraint=eastwest;strokeColor=inherit;fontSize=16;" value="" vertex="1">
          <mxGeometry height="30" width="225.59746442522385" y="120" as="geometry" />
        </mxCell>
        <mxCell id="Xo8xpW6T9qOqPY2RvKqo-74" parent="Xo8xpW6T9qOqPY2RvKqo-73" style="shape=partialRectangle;html=1;whiteSpace=wrap;connectable=0;fillColor=none;top=0;left=0;bottom=0;right=0;overflow=hidden;strokeColor=inherit;fontSize=16;fontColor=#000000;" value="" vertex="1">
          <mxGeometry height="30" width="34" as="geometry">
            <mxRectangle height="30" width="34" as="alternateBounds" />
          </mxGeometry>
        </mxCell>
        <mxCell id="Xo8xpW6T9qOqPY2RvKqo-75" parent="Xo8xpW6T9qOqPY2RvKqo-73" style="shape=partialRectangle;html=1;whiteSpace=wrap;connectable=0;fillColor=none;top=0;left=0;bottom=0;right=0;align=left;spacingLeft=6;overflow=hidden;strokeColor=inherit;fontSize=16;fontColor=#000000;" value="&lt;div style=&quot;text-align: center;&quot;&gt;&lt;span style=&quot;color: rgb(0, 0, 0); font-size: 12px; background-color: transparent;&quot;&gt;payment_status : ENUM&lt;/span&gt;&lt;/div&gt;" vertex="1">
          <mxGeometry height="30" width="192" x="34" as="geometry">
            <mxRectangle height="30" width="192" as="alternateBounds" />
          </mxGeometry>
        </mxCell>
        <mxCell id="Xo8xpW6T9qOqPY2RvKqo-76" edge="1" parent="Xo8xpW6T9qOqPY2RvKqo-63" source="Xo8xpW6T9qOqPY2RvKqo-64" style="endArrow=none;html=1;rounded=0;strokeColor=#000000;entryX=1.002;entryY=0.898;entryDx=0;entryDy=0;entryPerimeter=0;exitX=0;exitY=0.9;exitDx=0;exitDy=0;exitPerimeter=0;" target="Xo8xpW6T9qOqPY2RvKqo-64" value="">
+           <mxGeometry height="50" relative="1" width="50" as="geometry">
+             <mxPoint x="72" y="102" as="sourcePoint" />
+             <mxPoint x="122" y="52" as="targetPoint" />
+           </mxGeometry>
+         </mxCell>
+         <mxCell id="4wj_1gfYNaP55m7zzhlJ-1" parent="1" style="shape=table;startSize=30;container=1;collapsible=0;childLayout=tableLayout;fixedRows=1;rowLines=0;fontStyle=1;strokeColor=#000000;fontSize=16;fontColor=#000000;fillColor=#FFFFFF;" value="Tickets" vertex="1">
+           <mxGeometry height="210" width="241.93083844866135" x="830.75" y="347" as="geometry" />
+         </mxCell>
+         <mxCell id="4wj_1gfYNaP55m7zzhlJ-2" parent="4wj_1gfYNaP55m7zzhlJ-1" style="shape=tableRow;horizontal=0;startSize=0;swimlaneHead=0;swimlaneBody=0;top=0;left=0;bottom=0;right=0;collapsible=0;dropTarget=0;fillColor=none;points=[[0,0.5],[1,0.5]];portConstraint=eastwest;strokeColor=inherit;fontSize=16;" value="" vertex="1">
+           <mxGeometry height="30" width="241.93083844866135" y="30" as="geometry" />
+         </mxCell>
+         <mxCell id="4wj_1gfYNaP55m7zzhlJ-3" parent="4wj_1gfYNaP55m7zzhlJ-2" style="shape=partialRectangle;html=1;whiteSpace=wrap;connectable=0;fillColor=none;top=0;left=0;bottom=0;right=0;overflow=hidden;pointerEvents=1;strokeColor=#000000;fontSize=16;fontColor=#000000;" value="&lt;b&gt;&lt;font style=&quot;font-size: 14px;&quot;&gt;PK&lt;/font&gt;&lt;/b&gt;" vertex="1">
+           <mxGeometry height="30" width="34" as="geometry">
+             <mxRectangle height="30" width="34" as="alternateBounds" />
+           </mxGeometry>
+         </mxCell>
+         <mxCell id="4wj_1gfYNaP55m7zzhlJ-4" parent="4wj_1gfYNaP55m7zzhlJ-2" style="shape=partialRectangle;html=1;whiteSpace=wrap;connectable=0;fillColor=none;top=0;left=0;bottom=0;right=0;align=left;spacingLeft=6;overflow=hidden;strokeColor=#000000;fontSize=16;fontColor=#000000;" value="&lt;font style=&quot;font-size: 12px;&quot;&gt;&lt;b&gt;id : INT&lt;/b&gt;&lt;/font&gt;" vertex="1">
+           <mxGeometry height="30" width="208" x="34" as="geometry">
+             <mxRectangle height="30" width="208" as="alternateBounds" />
+           </mxGeometry>
+         </mxCell>
+         <mxCell id="4wj_1gfYNaP55m7zzhlJ-5" parent="4wj_1gfYNaP55m7zzhlJ-1" style="shape=tableRow;horizontal=0;startSize=0;swimlaneHead=0;swimlaneBody=0;top=0;left=0;bottom=0;right=0;collapsible=0;dropTarget=0;fillColor=none;points=[[0,0.5],[1,0.5]];portConstraint=eastwest;strokeColor=inherit;fontSize=16;" value="" vertex="1">
+           <mxGeometry height="30" width="241.93083844866135" y="60" as="geometry" />
+         </mxCell>
+         <mxCell id="4wj_1gfYNaP55m7zzhlJ-6" parent="4wj_1gfYNaP55m7zzhlJ-5" style="shape=partialRectangle;html=1;whiteSpace=wrap;connectable=0;fillColor=none;top=0;left=0;bottom=0;right=0;overflow=hidden;strokeColor=inherit;fontSize=16;fontColor=#000000;" value="&lt;font style=&quot;font-size: 14px;&quot;&gt;FK&lt;/font&gt;" vertex="1">
+           <mxGeometry height="30" width="34" as="geometry">
+             <mxRectangle height="30" width="34" as="alternateBounds" />
+           </mxGeometry>
+         </mxCell>
+         <mxCell id="4wj_1gfYNaP55m7zzhlJ-7" parent="4wj_1gfYNaP55m7zzhlJ-5" style="shape=partialRectangle;html=1;whiteSpace=wrap;connectable=0;fillColor=none;top=0;left=0;bottom=0;right=0;align=left;spacingLeft=6;overflow=hidden;strokeColor=inherit;fontSize=16;fontColor=#000000;" value="&lt;font color=&quot;#000000&quot;&gt;&lt;span style=&quot;font-size: 12px;&quot;&gt;bookings_id : INT&lt;/span&gt;&lt;/font&gt;" vertex="1">
+           <mxGeometry height="30" width="208" x="34" as="geometry">
+             <mxRectangle height="30" width="208" as="alternateBounds" />
+           </mxGeometry>
+         </mxCell>
+         <mxCell id="4wj_1gfYNaP55m7zzhlJ-8" parent="4wj_1gfYNaP55m7zzhlJ-1" style="shape=tableRow;horizontal=0;startSize=0;swimlaneHead=0;swimlaneBody=0;top=0;left=0;bottom=0;right=0;collapsible=0;dropTarget=0;fillColor=none;points=[[0,0.5],[1,0.5]];portConstraint=eastwest;strokeColor=inherit;fontSize=16;" value="" vertex="1">
+           <mxGeometry height="30" width="241.93083844866135" y="90" as="geometry" />
+         </mxCell>
+         <mxCell id="4wj_1gfYNaP55m7zzhlJ-9" parent="4wj_1gfYNaP55m7zzhlJ-8" style="shape=partialRectangle;html=1;whiteSpace=wrap;connectable=0;fillColor=none;top=0;left=0;bottom=0;right=0;overflow=hidden;strokeColor=inherit;fontSize=16;fontColor=#000000;" value="&lt;span style=&quot;font-size: 14px;&quot;&gt;FK&lt;/span&gt;" vertex="1">
+           <mxGeometry height="30" width="34" as="geometry">
+             <mxRectangle height="30" width="34" as="alternateBounds" />
+           </mxGeometry>
+         </mxCell>
+         <mxCell id="4wj_1gfYNaP55m7zzhlJ-10" parent="4wj_1gfYNaP55m7zzhlJ-8" style="shape=partialRectangle;html=1;whiteSpace=wrap;connectable=0;fillColor=none;top=0;left=0;bottom=0;right=0;align=left;spacingLeft=6;overflow=hidden;strokeColor=inherit;fontSize=16;fontColor=#000000;" value="&lt;div style=&quot;text-align: left;&quot;&gt;&lt;span style=&quot;color: rgb(0, 0, 0); font-size: 12px;&quot;&gt;schedule_id : INT&lt;/span&gt;&lt;/div&gt;" vertex="1">
+           <mxGeometry height="30" width="208" x="34" as="geometry">
+             <mxRectangle height="30" width="208" as="alternateBounds" />
+           </mxGeometry>
+         </mxCell>
+         <mxCell id="4wj_1gfYNaP55m7zzhlJ-11" parent="4wj_1gfYNaP55m7zzhlJ-1" style="shape=tableRow;horizontal=0;startSize=0;swimlaneHead=0;swimlaneBody=0;top=0;left=0;bottom=0;right=0;collapsible=0;dropTarget=0;fillColor=none;points=[[0,0.5],[1,0.5]];portConstraint=eastwest;strokeColor=inherit;fontSize=16;" value="" vertex="1">
+           <mxGeometry height="30" width="241.93083844866135" y="120" as="geometry" />
+         </mxCell>
+         <mxCell id="4wj_1gfYNaP55m7zzhlJ-12" parent="4wj_1gfYNaP55m7zzhlJ-11" style="shape=partialRectangle;html=1;whiteSpace=wrap;connectable=0;fillColor=none;top=0;left=0;bottom=0;right=0;overflow=hidden;strokeColor=inherit;fontSize=16;fontColor=#000000;" value="" vertex="1">
+           <mxGeometry height="30" width="34" as="geometry">
+             <mxRectangle height="30" width="34" as="alternateBounds" />
+           </mxGeometry>
+         </mxCell>
+         <mxCell id="4wj_1gfYNaP55m7zzhlJ-13" parent="4wj_1gfYNaP55m7zzhlJ-11" style="shape=partialRectangle;html=1;whiteSpace=wrap;connectable=0;fillColor=none;top=0;left=0;bottom=0;right=0;align=left;spacingLeft=6;overflow=hidden;strokeColor=inherit;fontSize=16;fontColor=#000000;" value="&lt;div style=&quot;text-align: center;&quot;&gt;&lt;span style=&quot;color: rgb(0, 0, 0); font-size: 12px; text-align: left;&quot;&gt;passengerr_name : VARCHAR(100)&lt;/span&gt;&lt;/div&gt;" vertex="1">
+           <mxGeometry height="30" width="208" x="34" as="geometry">
+             <mxRectangle height="30" width="208" as="alternateBounds" />
+           </mxGeometry>
+         </mxCell>
+         <mxCell id="4wj_1gfYNaP55m7zzhlJ-15" parent="4wj_1gfYNaP55m7zzhlJ-1" style="shape=tableRow;horizontal=0;startSize=0;swimlaneHead=0;swimlaneBody=0;top=0;left=0;bottom=0;right=0;collapsible=0;dropTarget=0;fillColor=none;points=[[0,0.5],[1,0.5]];portConstraint=eastwest;strokeColor=inherit;fontSize=16;" value="" vertex="1">
+           <mxGeometry height="30" width="241.93083844866135" y="150" as="geometry" />
+         </mxCell>
+         <mxCell id="4wj_1gfYNaP55m7zzhlJ-16" parent="4wj_1gfYNaP55m7zzhlJ-15" style="shape=partialRectangle;html=1;whiteSpace=wrap;connectable=0;fillColor=none;top=0;left=0;bottom=0;right=0;overflow=hidden;strokeColor=inherit;fontSize=16;fontColor=#000000;" value="" vertex="1">
+           <mxGeometry height="30" width="34" as="geometry">
+             <mxRectangle height="30" width="34" as="alternateBounds" />
+           </mxGeometry>
+         </mxCell>
+         <mxCell id="4wj_1gfYNaP55m7zzhlJ-17" parent="4wj_1gfYNaP55m7zzhlJ-15" style="shape=partialRectangle;html=1;whiteSpace=wrap;connectable=0;fillColor=none;top=0;left=0;bottom=0;right=0;align=left;spacingLeft=6;overflow=hidden;strokeColor=inherit;fontSize=16;fontColor=#000000;" value="&lt;div style=&quot;text-align: center;&quot;&gt;&lt;span style=&quot;color: rgb(0, 0, 0); font-size: 12px; text-align: left;&quot;&gt;passenger_id_card : VARCHAR(20)&lt;/span&gt;&lt;/div&gt;" vertex="1">
+           <mxGeometry height="30" width="208" x="34" as="geometry">
+             <mxRectangle height="30" width="208" as="alternateBounds" />
+           </mxGeometry>
+         </mxCell>
+         <mxCell id="4wj_1gfYNaP55m7zzhlJ-18" parent="4wj_1gfYNaP55m7zzhlJ-1" style="shape=tableRow;horizontal=0;startSize=0;swimlaneHead=0;swimlaneBody=0;top=0;left=0;bottom=0;right=0;collapsible=0;dropTarget=0;fillColor=none;points=[[0,0.5],[1,0.5]];portConstraint=eastwest;strokeColor=inherit;fontSize=16;" value="" vertex="1">
+           <mxGeometry height="30" width="241.93083844866135" y="180" as="geometry" />
+         </mxCell>
+         <mxCell id="4wj_1gfYNaP55m7zzhlJ-19" parent="4wj_1gfYNaP55m7zzhlJ-18" style="shape=partialRectangle;html=1;whiteSpace=wrap;connectable=0;fillColor=none;top=0;left=0;bottom=0;right=0;overflow=hidden;strokeColor=inherit;fontSize=16;fontColor=#000000;" value="" vertex="1">
+           <mxGeometry height="30" width="34" as="geometry">
+             <mxRectangle height="30" width="34" as="alternateBounds" />
+           </mxGeometry>
+         </mxCell>
+         <mxCell id="4wj_1gfYNaP55m7zzhlJ-20" parent="4wj_1gfYNaP55m7zzhlJ-18" style="shape=partialRectangle;html=1;whiteSpace=wrap;connectable=0;fillColor=none;top=0;left=0;bottom=0;right=0;align=left;spacingLeft=6;overflow=hidden;strokeColor=inherit;fontSize=16;fontColor=#000000;" value="&lt;div style=&quot;text-align: center;&quot;&gt;&lt;span style=&quot;color: rgb(0, 0, 0); font-size: 12px; text-align: left;&quot;&gt;seat_number : INT&lt;/span&gt;&lt;/div&gt;" vertex="1">
+           <mxGeometry height="30" width="208" x="34" as="geometry">
+             <mxRectangle height="30" width="208" as="alternateBounds" />
+           </mxGeometry>
+         </mxCell>
+         <mxCell id="4wj_1gfYNaP55m7zzhlJ-14" edge="1" parent="4wj_1gfYNaP55m7zzhlJ-1" source="4wj_1gfYNaP55m7zzhlJ-2" style="endArrow=none;html=1;rounded=0;strokeColor=#000000;entryX=1.002;entryY=0.898;entryDx=0;entryDy=0;entryPerimeter=0;exitX=0;exitY=0.9;exitDx=0;exitDy=0;exitPerimeter=0;" target="4wj_1gfYNaP55m7zzhlJ-2" value="">
          <mxGeometry height="50" relative="1" width="50" as="geometry">
            <mxPoint x="72" y="102" as="sourcePoint" />
            <mxPoint x="122" y="52" as="targetPoint" />
          </mxGeometry>
        </mxCell>
      </root>
    </mxGraphModel>
  </diagram>
</mxfile>
